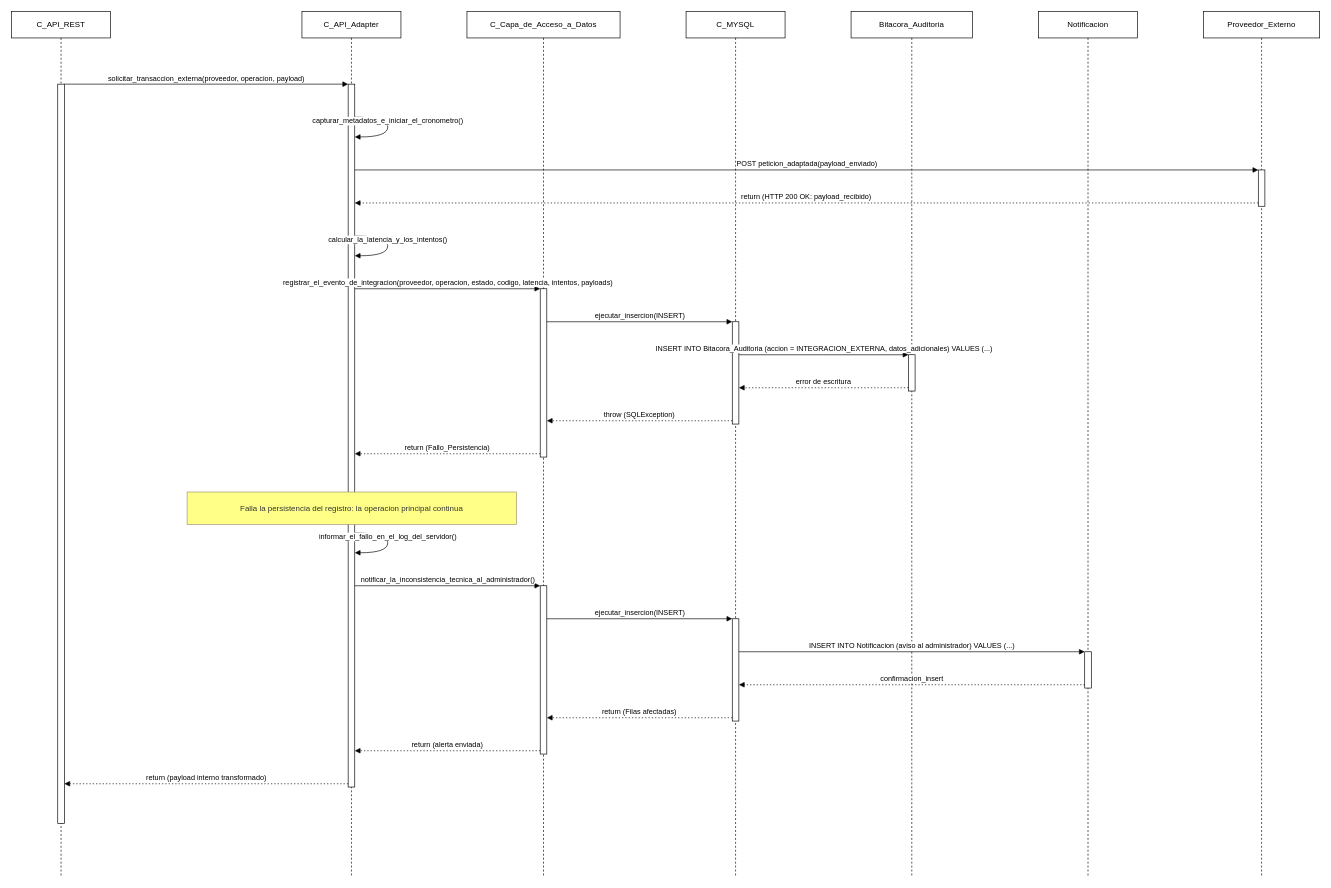
This is page "CU69 - Excepción 3" (4 of 4) of documentacion-incremento2/diagramas-secuencia/CU69/CU69.drawio from ThecheeseDX/IDS_FRO-Salud-App, a draw.io file, before an edit. Source tidied: cells renumbered, new cells numbered last; positions are measured from the earlier drawing's top-left corner, leaving out a move shared by most shapes. Both pictures are drawn from the tidied source at 66%, with x=0, y=0 at pixel (11, 11).
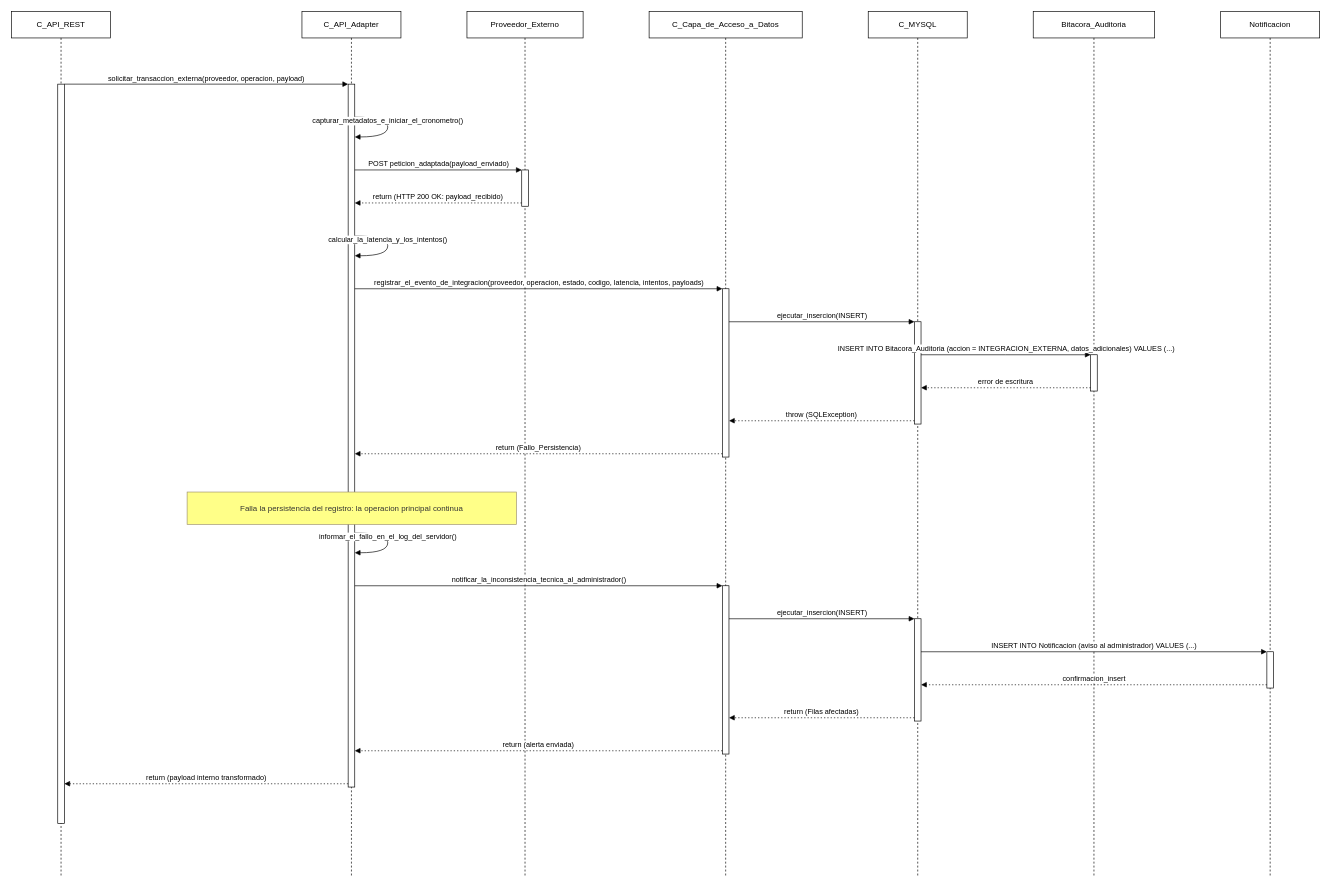
The same diagram, later.

The change refers to these unchanged cells:
```xml
<mxCell id="5" style="html=1;points=[];perimeter=orthogonalPerimeter;outlineConnect=0;targetShapes=umlLifeline;portConstraint=eastwest;newEdgeStyle={&quot;edgeStyle&quot;:&quot;elbowEdgeStyle&quot;,&quot;elbow&quot;:&quot;vertical&quot;,&quot;curved&quot;:0,&quot;rounded&quot;:0};" parent="4" vertex="1">
  <mxGeometry x="70" y="110" width="10" height="1065" as="geometry" />
</mxCell>
```

The edit, as a diff of the source:
```diff
@@
-    <mxCell id="6" value="C_Capa_de_Acceso_a_Datos" style="shape=umlLifeline;perimeter=lifelinePerimeter;whiteSpace=wrap;html=1;newEdgeStyle={&quot;edgeStyle&quot;:&quot;elbowEdgeStyle&quot;,&quot;elbow&quot;:&quot;vertical&quot;,&quot;curved&quot;:0,&quot;rounded&quot;:0};" parent="1" vertex="1">
-      <mxGeometry x="690" width="232" height="1310" as="geometry" />
+    <mxCell id="6" value="Proveedor_Externo" style="shape=umlLifeline;perimeter=lifelinePerimeter;whiteSpace=wrap;html=1;newEdgeStyle={&quot;edgeStyle&quot;:&quot;elbowEdgeStyle&quot;,&quot;elbow&quot;:&quot;vertical&quot;,&quot;curved&quot;:0,&quot;rounded&quot;:0};" parent="1" vertex="1">
+      <mxGeometry x="690" width="176" height="1310" as="geometry" />
     </mxCell>
     <mxCell id="7" style="html=1;points=[];perimeter=orthogonalPerimeter;outlineConnect=0;targetShapes=umlLifeline;portConstraint=eastwest;newEdgeStyle={&quot;edgeStyle&quot;:&quot;elbowEdgeStyle&quot;,&quot;elbow&quot;:&quot;vertical&quot;,&quot;curved&quot;:0,&quot;rounded&quot;:0};" parent="6" vertex="1">
-      <mxGeometry x="111" y="420" width="10" height="255" as="geometry" />
+      <mxGeometry x="83" y="240" width="10" height="55" as="geometry" />
     </mxCell>
-    <mxCell id="8" style="html=1;points=[];perimeter=orthogonalPerimeter;outlineConnect=0;targetShapes=umlLifeline;portConstraint=eastwest;newEdgeStyle={&quot;edgeStyle&quot;:&quot;elbowEdgeStyle&quot;,&quot;elbow&quot;:&quot;vertical&quot;,&quot;curved&quot;:0,&quot;rounded&quot;:0};" parent="6" vertex="1">
-      <mxGeometry x="111" y="870" width="10" height="255" as="geometry" />
+    <mxCell id="8" value="C_Capa_de_Acceso_a_Datos" style="shape=umlLifeline;perimeter=lifelinePerimeter;whiteSpace=wrap;html=1;outlineConnect=0;portConstraint=eastwest;newEdgeStyle={&quot;edgeStyle&quot;:&quot;elbowEdgeStyle&quot;,&quot;elbow&quot;:&quot;vertical&quot;,&quot;curved&quot;:0,&quot;rounded&quot;:0};" parent="1" vertex="1">
+      <mxGeometry x="966" width="232" height="1310" as="geometry" />
     </mxCell>
-    <mxCell id="9" value="C_MYSQL" style="shape=umlLifeline;perimeter=lifelinePerimeter;whiteSpace=wrap;html=1;outlineConnect=0;portConstraint=eastwest;newEdgeStyle={&quot;edgeStyle&quot;:&quot;elbowEdgeStyle&quot;,&quot;elbow&quot;:&quot;vertical&quot;,&quot;curved&quot;:0,&quot;rounded&quot;:0};" parent="1" vertex="1">
-      <mxGeometry x="1022" width="150" height="1310" as="geometry" />
+    <mxCell id="9" style="html=1;points=[];perimeter=orthogonalPerimeter;outlineConnect=0;targetShapes=umlLifeline;portConstraint=eastwest;newEdgeStyle={&quot;edgeStyle&quot;:&quot;elbowEdgeStyle&quot;,&quot;elbow&quot;:&quot;vertical&quot;,&quot;curved&quot;:0,&quot;rounded&quot;:0};" parent="8" vertex="1">
+      <mxGeometry x="111" y="420" width="10" height="255" as="geometry" />
     </mxCell>
-    <mxCell id="10" style="html=1;points=[];perimeter=orthogonalPerimeter;outlineConnect=0;targetShapes=umlLifeline;portConstraint=eastwest;newEdgeStyle={&quot;edgeStyle&quot;:&quot;elbowEdgeStyle&quot;,&quot;elbow&quot;:&quot;vertical&quot;,&quot;curved&quot;:0,&quot;rounded&quot;:0};" parent="9" vertex="1">
-      <mxGeometry x="70" y="470" width="10" height="155" as="geometry" />
+    <mxCell id="10" style="html=1;points=[];perimeter=orthogonalPerimeter;outlineConnect=0;targetShapes=umlLifeline;portConstraint=eastwest;newEdgeStyle={&quot;edgeStyle&quot;:&quot;elbowEdgeStyle&quot;,&quot;elbow&quot;:&quot;vertical&quot;,&quot;curved&quot;:0,&quot;rounded&quot;:0};" parent="8" vertex="1">
+      <mxGeometry x="111" y="870" width="10" height="255" as="geometry" />
     </mxCell>
-    <mxCell id="11" style="html=1;points=[];perimeter=orthogonalPerimeter;outlineConnect=0;targetShapes=umlLifeline;portConstraint=eastwest;newEdgeStyle={&quot;edgeStyle&quot;:&quot;elbowEdgeStyle&quot;,&quot;elbow&quot;:&quot;vertical&quot;,&quot;curved&quot;:0,&quot;rounded&quot;:0};" parent="9" vertex="1">
-      <mxGeometry x="70" y="920" width="10" height="155" as="geometry" />
+    <mxCell id="11" value="C_MYSQL" style="shape=umlLifeline;perimeter=lifelinePerimeter;whiteSpace=wrap;html=1;outlineConnect=0;portConstraint=eastwest;newEdgeStyle={&quot;edgeStyle&quot;:&quot;elbowEdgeStyle&quot;,&quot;elbow&quot;:&quot;vertical&quot;,&quot;curved&quot;:0,&quot;rounded&quot;:0};" parent="1" vertex="1">
+      <mxGeometry x="1298" width="150" height="1310" as="geometry" />
     </mxCell>
-    <mxCell id="12" value="Bitacora_Auditoria" style="shape=umlLifeline;perimeter=lifelinePerimeter;whiteSpace=wrap;html=1;outlineConnect=0;portConstraint=eastwest;newEdgeStyle={&quot;edgeStyle&quot;:&quot;elbowEdgeStyle&quot;,&quot;elbow&quot;:&quot;vertical&quot;,&quot;curved&quot;:0,&quot;rounded&quot;:0};" parent="1" vertex="1">
-      <mxGeometry x="1272" width="184" height="1310" as="geometry" />
+    <mxCell id="12" style="html=1;points=[];perimeter=orthogonalPerimeter;outlineConnect=0;targetShapes=umlLifeline;portConstraint=eastwest;newEdgeStyle={&quot;edgeStyle&quot;:&quot;elbowEdgeStyle&quot;,&quot;elbow&quot;:&quot;vertical&quot;,&quot;curved&quot;:0,&quot;rounded&quot;:0};" parent="11" vertex="1">
+      <mxGeometry x="70" y="470" width="10" height="155" as="geometry" />
     </mxCell>
-    <mxCell id="13" style="html=1;points=[];perimeter=orthogonalPerimeter;outlineConnect=0;targetShapes=umlLifeline;portConstraint=eastwest;newEdgeStyle={&quot;edgeStyle&quot;:&quot;elbowEdgeStyle&quot;,&quot;elbow&quot;:&quot;vertical&quot;,&quot;curved&quot;:0,&quot;rounded&quot;:0};" parent="12" vertex="1">
-      <mxGeometry x="87" y="520" width="10" height="55" as="geometry" />
+    <mxCell id="13" style="html=1;points=[];perimeter=orthogonalPerimeter;outlineConnect=0;targetShapes=umlLifeline;portConstraint=eastwest;newEdgeStyle={&quot;edgeStyle&quot;:&quot;elbowEdgeStyle&quot;,&quot;elbow&quot;:&quot;vertical&quot;,&quot;curved&quot;:0,&quot;rounded&quot;:0};" parent="11" vertex="1">
+      <mxGeometry x="70" y="920" width="10" height="155" as="geometry" />
     </mxCell>
-    <mxCell id="14" value="Notificacion" style="shape=umlLifeline;perimeter=lifelinePerimeter;whiteSpace=wrap;html=1;newEdgeStyle={&quot;edgeStyle&quot;:&quot;elbowEdgeStyle&quot;,&quot;elbow&quot;:&quot;vertical&quot;,&quot;curved&quot;:0,&quot;rounded&quot;:0};" parent="1" vertex="1">
-      <mxGeometry x="1556" width="150" height="1310" as="geometry" />
+    <mxCell id="14" value="Bitacora_Auditoria" style="shape=umlLifeline;perimeter=lifelinePerimeter;whiteSpace=wrap;html=1;newEdgeStyle={&quot;edgeStyle&quot;:&quot;elbowEdgeStyle&quot;,&quot;elbow&quot;:&quot;vertical&quot;,&quot;curved&quot;:0,&quot;rounded&quot;:0};" parent="1" vertex="1">
+      <mxGeometry x="1548" width="184" height="1310" as="geometry" />
     </mxCell>
     <mxCell id="15" style="html=1;points=[];perimeter=orthogonalPerimeter;outlineConnect=0;targetShapes=umlLifeline;portConstraint=eastwest;newEdgeStyle={&quot;edgeStyle&quot;:&quot;elbowEdgeStyle&quot;,&quot;elbow&quot;:&quot;vertical&quot;,&quot;curved&quot;:0,&quot;rounded&quot;:0};" parent="14" vertex="1">
-      <mxGeometry x="70" y="970" width="10" height="55" as="geometry" />
+      <mxGeometry x="87" y="520" width="10" height="55" as="geometry" />
     </mxCell>
-    <mxCell id="16" value="Proveedor_Externo" style="shape=umlLifeline;perimeter=lifelinePerimeter;whiteSpace=wrap;html=1;newEdgeStyle={&quot;edgeStyle&quot;:&quot;elbowEdgeStyle&quot;,&quot;elbow&quot;:&quot;vertical&quot;,&quot;curved&quot;:0,&quot;rounded&quot;:0};" parent="1" vertex="1">
-      <mxGeometry x="1806" width="176" height="1310" as="geometry" />
+    <mxCell id="16" value="Notificacion" style="shape=umlLifeline;perimeter=lifelinePerimeter;whiteSpace=wrap;html=1;newEdgeStyle={&quot;edgeStyle&quot;:&quot;elbowEdgeStyle&quot;,&quot;elbow&quot;:&quot;vertical&quot;,&quot;curved&quot;:0,&quot;rounded&quot;:0};" parent="1" vertex="1">
+      <mxGeometry x="1832" width="150" height="1310" as="geometry" />
     </mxCell>
     <mxCell id="17" style="html=1;points=[];perimeter=orthogonalPerimeter;outlineConnect=0;targetShapes=umlLifeline;portConstraint=eastwest;newEdgeStyle={&quot;edgeStyle&quot;:&quot;elbowEdgeStyle&quot;,&quot;elbow&quot;:&quot;vertical&quot;,&quot;curved&quot;:0,&quot;rounded&quot;:0};" parent="16" vertex="1">
-      <mxGeometry x="83" y="240" width="10" height="55" as="geometry" />
+      <mxGeometry x="70" y="970" width="10" height="55" as="geometry" />
     </mxCell>
@@
-    <mxCell id="20" value="POST peticion_adaptada(payload_enviado)" style="html=1;verticalAlign=bottom;edgeStyle=elbowEdgeStyle;elbow=vertical;curved=0;rounded=0;endArrow=block;" parent="1" edge="1" source="5" target="17">
+    <mxCell id="20" value="POST peticion_adaptada(payload_enviado)" style="html=1;verticalAlign=bottom;edgeStyle=elbowEdgeStyle;elbow=vertical;curved=0;rounded=0;endArrow=block;" parent="1" edge="1" source="5" target="7">
       <mxGeometry relative="1" as="geometry">
         <Array as="points">
-          <mxPoint x="1204" y="240" />
+          <mxPoint x="646" y="240" />
         </Array>
       </mxGeometry>
     </mxCell>
-    <mxCell id="21" value="return (HTTP 200 OK: payload_recibido)" style="html=1;verticalAlign=bottom;edgeStyle=elbowEdgeStyle;elbow=vertical;curved=0;rounded=0;endArrow=block;dashed=1;dashPattern=2 3;" parent="1" edge="1" source="17" target="5">
+    <mxCell id="21" value="return (HTTP 200 OK: payload_recibido)" style="html=1;verticalAlign=bottom;edgeStyle=elbowEdgeStyle;elbow=vertical;curved=0;rounded=0;endArrow=block;dashed=1;dashPattern=2 3;" parent="1" edge="1" source="7" target="5">
       <mxGeometry relative="1" as="geometry">
         <Array as="points">
-          <mxPoint x="1204" y="290" />
+          <mxPoint x="646" y="290" />
         </Array>
       </mxGeometry>
     </mxCell>
@@
-    <mxCell id="23" value="registrar_el_evento_de_integracion(proveedor, operacion, estado, codigo, latencia, intentos, payloads)" style="html=1;verticalAlign=bottom;edgeStyle=elbowEdgeStyle;elbow=vertical;curved=0;rounded=0;endArrow=block;" parent="1" edge="1" source="5" target="7">
+    <mxCell id="23" value="registrar_el_evento_de_integracion(proveedor, operacion, estado, codigo, latencia, intentos, payloads)" style="html=1;verticalAlign=bottom;edgeStyle=elbowEdgeStyle;elbow=vertical;curved=0;rounded=0;endArrow=block;" parent="1" edge="1" source="5" target="9">
       <mxGeometry relative="1" as="geometry">
         <Array as="points">
-          <mxPoint x="660" y="420" />
+          <mxPoint x="798" y="420" />
         </Array>
       </mxGeometry>
     </mxCell>
-    <mxCell id="24" value="ejecutar_insercion(INSERT)" style="html=1;verticalAlign=bottom;edgeStyle=elbowEdgeStyle;elbow=vertical;curved=0;rounded=0;endArrow=block;" parent="1" edge="1" source="7" target="10">
+    <mxCell id="24" value="ejecutar_insercion(INSERT)" style="html=1;verticalAlign=bottom;edgeStyle=elbowEdgeStyle;elbow=vertical;curved=0;rounded=0;endArrow=block;" parent="1" edge="1" source="9" target="12">
       <mxGeometry relative="1" as="geometry">
         <Array as="points">
-          <mxPoint x="952" y="470" />
+          <mxPoint x="1228" y="470" />
         </Array>
       </mxGeometry>
     </mxCell>
-    <mxCell id="25" value="INSERT INTO Bitacora_Auditoria (accion = INTEGRACION_EXTERNA, datos_adicionales) VALUES (...)" style="html=1;verticalAlign=bottom;edgeStyle=elbowEdgeStyle;elbow=vertical;curved=0;rounded=0;endArrow=block;" parent="1" edge="1" source="10" target="13">
+    <mxCell id="25" value="INSERT INTO Bitacora_Auditoria (accion = INTEGRACION_EXTERNA, datos_adicionales) VALUES (...)" style="html=1;verticalAlign=bottom;edgeStyle=elbowEdgeStyle;elbow=vertical;curved=0;rounded=0;endArrow=block;" parent="1" edge="1" source="12" target="15">
       <mxGeometry relative="1" as="geometry">
         <Array as="points">
-          <mxPoint x="1230" y="520" />
+          <mxPoint x="1506" y="520" />
         </Array>
       </mxGeometry>
     </mxCell>
-    <mxCell id="26" value="error de escritura" style="html=1;verticalAlign=bottom;edgeStyle=elbowEdgeStyle;elbow=vertical;curved=0;rounded=0;endArrow=block;dashed=1;dashPattern=2 3;" parent="1" edge="1" source="13" target="10">
+    <mxCell id="26" value="error de escritura" style="html=1;verticalAlign=bottom;edgeStyle=elbowEdgeStyle;elbow=vertical;curved=0;rounded=0;endArrow=block;dashed=1;dashPattern=2 3;" parent="1" edge="1" source="15" target="12">
       <mxGeometry relative="1" as="geometry">
         <Array as="points">
-          <mxPoint x="1230" y="570" />
+          <mxPoint x="1506" y="570" />
         </Array>
       </mxGeometry>
     </mxCell>
-    <mxCell id="27" value="throw (SQLException)" style="html=1;verticalAlign=bottom;edgeStyle=elbowEdgeStyle;elbow=vertical;curved=0;rounded=0;endArrow=block;dashed=1;dashPattern=2 3;" parent="1" edge="1" source="10" target="7">
+    <mxCell id="27" value="throw (SQLException)" style="html=1;verticalAlign=bottom;edgeStyle=elbowEdgeStyle;elbow=vertical;curved=0;rounded=0;endArrow=block;dashed=1;dashPattern=2 3;" parent="1" edge="1" source="12" target="9">
       <mxGeometry relative="1" as="geometry">
         <Array as="points">
-          <mxPoint x="952" y="620" />
+          <mxPoint x="1228" y="620" />
         </Array>
       </mxGeometry>
     </mxCell>
-    <mxCell id="28" value="return (Fallo_Persistencia)" style="html=1;verticalAlign=bottom;edgeStyle=elbowEdgeStyle;elbow=vertical;curved=0;rounded=0;endArrow=block;dashed=1;dashPattern=2 3;" parent="1" edge="1" source="7" target="5">
+    <mxCell id="28" value="return (Fallo_Persistencia)" style="html=1;verticalAlign=bottom;edgeStyle=elbowEdgeStyle;elbow=vertical;curved=0;rounded=0;endArrow=block;dashed=1;dashPattern=2 3;" parent="1" edge="1" source="9" target="5">
       <mxGeometry relative="1" as="geometry">
         <Array as="points">
-          <mxPoint x="660" y="670" />
+          <mxPoint x="798" y="670" />
         </Array>
       </mxGeometry>
     </mxCell>
@@
-    <mxCell id="31" value="notificar_la_inconsistencia_tecnica_al_administrador()" style="html=1;verticalAlign=bottom;edgeStyle=elbowEdgeStyle;elbow=vertical;curved=0;rounded=0;endArrow=block;" parent="1" edge="1" source="5" target="8">
+    <mxCell id="31" value="notificar_la_inconsistencia_tecnica_al_administrador()" style="html=1;verticalAlign=bottom;edgeStyle=elbowEdgeStyle;elbow=vertical;curved=0;rounded=0;endArrow=block;" parent="1" edge="1" source="5" target="10">
       <mxGeometry relative="1" as="geometry">
         <Array as="points">
-          <mxPoint x="660" y="870" />
+          <mxPoint x="798" y="870" />
         </Array>
       </mxGeometry>
     </mxCell>
-    <mxCell id="32" value="ejecutar_insercion(INSERT)" style="html=1;verticalAlign=bottom;edgeStyle=elbowEdgeStyle;elbow=vertical;curved=0;rounded=0;endArrow=block;" parent="1" edge="1" source="8" target="11">
+    <mxCell id="32" value="ejecutar_insercion(INSERT)" style="html=1;verticalAlign=bottom;edgeStyle=elbowEdgeStyle;elbow=vertical;curved=0;rounded=0;endArrow=block;" parent="1" edge="1" source="10" target="13">
       <mxGeometry relative="1" as="geometry">
         <Array as="points">
-          <mxPoint x="952" y="920" />
+          <mxPoint x="1228" y="920" />
         </Array>
       </mxGeometry>
     </mxCell>
-    <mxCell id="33" value="INSERT INTO Notificacion (aviso al administrador) VALUES (...)" style="html=1;verticalAlign=bottom;edgeStyle=elbowEdgeStyle;elbow=vertical;curved=0;rounded=0;endArrow=block;" parent="1" edge="1" source="11" target="15">
+    <mxCell id="33" value="INSERT INTO Notificacion (aviso al administrador) VALUES (...)" style="html=1;verticalAlign=bottom;edgeStyle=elbowEdgeStyle;elbow=vertical;curved=0;rounded=0;endArrow=block;" parent="1" edge="1" source="13" target="17">
       <mxGeometry relative="1" as="geometry">
         <Array as="points">
-          <mxPoint x="1364" y="970" />
+          <mxPoint x="1640" y="970" />
         </Array>
       </mxGeometry>
     </mxCell>
-    <mxCell id="34" value="confirmacion_insert" style="html=1;verticalAlign=bottom;edgeStyle=elbowEdgeStyle;elbow=vertical;curved=0;rounded=0;endArrow=block;dashed=1;dashPattern=2 3;" parent="1" edge="1" source="15" target="11">
+    <mxCell id="34" value="confirmacion_insert" style="html=1;verticalAlign=bottom;edgeStyle=elbowEdgeStyle;elbow=vertical;curved=0;rounded=0;endArrow=block;dashed=1;dashPattern=2 3;" parent="1" edge="1" source="17" target="13">
       <mxGeometry relative="1" as="geometry">
         <Array as="points">
-          <mxPoint x="1364" y="1020" />
+          <mxPoint x="1640" y="1020" />
         </Array>
       </mxGeometry>
     </mxCell>
-    <mxCell id="35" value="return (Filas afectadas)" style="html=1;verticalAlign=bottom;edgeStyle=elbowEdgeStyle;elbow=vertical;curved=0;rounded=0;endArrow=block;dashed=1;dashPattern=2 3;" parent="1" edge="1" source="11" target="8">
+    <mxCell id="35" value="return (Filas afectadas)" style="html=1;verticalAlign=bottom;edgeStyle=elbowEdgeStyle;elbow=vertical;curved=0;rounded=0;endArrow=block;dashed=1;dashPattern=2 3;" parent="1" edge="1" source="13" target="10">
       <mxGeometry relative="1" as="geometry">
         <Array as="points">
-          <mxPoint x="952" y="1070" />
+          <mxPoint x="1228" y="1070" />
         </Array>
       </mxGeometry>
     </mxCell>
-    <mxCell id="36" value="return (alerta enviada)" style="html=1;verticalAlign=bottom;edgeStyle=elbowEdgeStyle;elbow=vertical;curved=0;rounded=0;endArrow=block;dashed=1;dashPattern=2 3;" parent="1" edge="1" source="8" target="5">
+    <mxCell id="36" value="return (alerta enviada)" style="html=1;verticalAlign=bottom;edgeStyle=elbowEdgeStyle;elbow=vertical;curved=0;rounded=0;endArrow=block;dashed=1;dashPattern=2 3;" parent="1" edge="1" source="10" target="5">
       <mxGeometry relative="1" as="geometry">
         <Array as="points">
-          <mxPoint x="660" y="1120" />
+          <mxPoint x="798" y="1120" />
         </Array>
       </mxGeometry>
     </mxCell>
```
